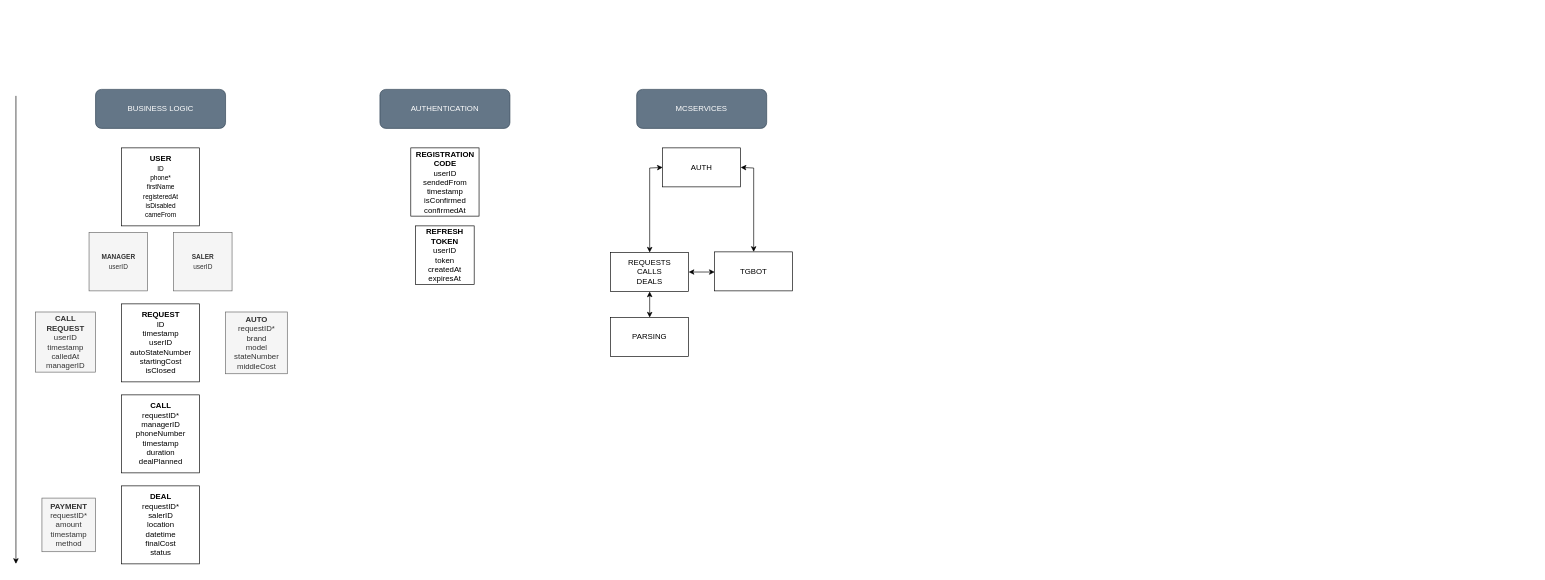
Earlier version of the draw.io diagram static/AppDiagram.drawio (Dahaka1/GetAuto). Source tidied: cells renumbered, new cells numbered last; positions are measured from the earlier drawing's top-left corner, leaving out a move shared by most shapes. Both pictures are drawn from the tidied source at 65%, with x=0, y=0 at pixel (16, 89).
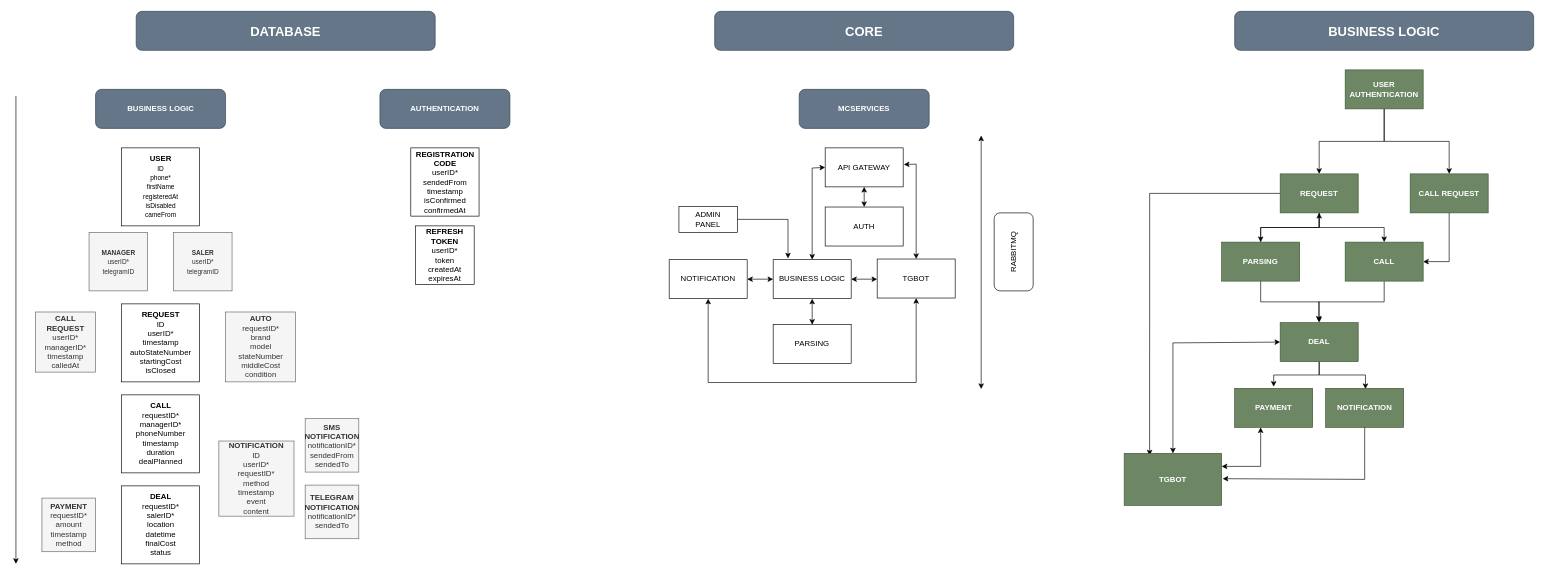
After the change.

Commit message:
update: mcservcies arch; business logic

Change to the diagram source:
```diff
@@
-    <mxCell id="3" value="&lt;b&gt;AUTO&lt;/b&gt;&lt;br&gt;requestID*&lt;br&gt;brand&lt;br&gt;model&lt;br&gt;stateNumber&lt;br&gt;middleCost" style="whiteSpace=wrap;html=1;fillColor=#f5f5f5;fontColor=#333333;strokeColor=#666666;" parent="1" vertex="1">
-      <mxGeometry x="322.5" y="342.5" width="95" height="95" as="geometry" />
+    <mxCell id="3" value="&lt;b&gt;AUTO&lt;/b&gt;&lt;br&gt;requestID*&lt;br&gt;brand&lt;br&gt;model&lt;br&gt;stateNumber&lt;br&gt;middleCost&lt;br&gt;condition" style="whiteSpace=wrap;html=1;fillColor=#f5f5f5;fontColor=#333333;strokeColor=#666666;" parent="1" vertex="1">
+      <mxGeometry x="322.5" y="342.5" width="107.5" height="107.5" as="geometry" />
     </mxCell>
-    <mxCell id="4" value="&lt;b&gt;REQUEST&lt;br&gt;&lt;/b&gt;ID&lt;br&gt;timestamp&lt;br&gt;userID&lt;br&gt;autoStateNumber&lt;br&gt;startingCost&lt;br&gt;isClosed" style="whiteSpace=wrap;html=1;" parent="1" vertex="1">
+    <mxCell id="4" value="&lt;b&gt;REQUEST&lt;br&gt;&lt;/b&gt;ID&lt;br&gt;userID*&lt;br&gt;timestamp&lt;br&gt;autoStateNumber&lt;br&gt;startingCost&lt;br&gt;isClosed" style="whiteSpace=wrap;html=1;" parent="1" vertex="1">
       <mxGeometry x="162.5" y="330" width="120" height="120" as="geometry" />
     </mxCell>
-    <mxCell id="5" value="&lt;b&gt;CALL&lt;br&gt;&lt;/b&gt;requestID*&lt;br&gt;managerID&lt;br&gt;phoneNumber&lt;br&gt;timestamp&lt;br&gt;duration&lt;br&gt;dealPlanned" style="whiteSpace=wrap;html=1;" parent="1" vertex="1">
+    <mxCell id="5" value="&lt;b&gt;CALL&lt;br&gt;&lt;/b&gt;requestID*&lt;br&gt;managerID*&lt;br&gt;phoneNumber&lt;br&gt;timestamp&lt;br&gt;duration&lt;br&gt;dealPlanned" style="whiteSpace=wrap;html=1;" parent="1" vertex="1">
       <mxGeometry x="162.5" y="470" width="120" height="120" as="geometry" />
     </mxCell>
-    <mxCell id="6" value="&lt;b&gt;DEAL&lt;/b&gt;&lt;br&gt;requestID*&lt;br&gt;salerID&lt;br&gt;location&lt;br&gt;datetime&lt;br&gt;finalCost&lt;br&gt;status" style="whiteSpace=wrap;html=1;" parent="1" vertex="1">
+    <mxCell id="6" value="&lt;b&gt;DEAL&lt;/b&gt;&lt;br&gt;requestID*&lt;br&gt;salerID*&lt;br&gt;location&lt;br&gt;datetime&lt;br&gt;finalCost&lt;br&gt;status" style="whiteSpace=wrap;html=1;" parent="1" vertex="1">
       <mxGeometry x="162.5" y="610" width="120" height="120" as="geometry" />
     </mxCell>
-    <mxCell id="7" value="&lt;font style=&quot;font-size: 10px;&quot;&gt;&lt;b&gt;MANAGER&lt;br&gt;&lt;/b&gt;userID&lt;br&gt;&lt;/font&gt;" style="whiteSpace=wrap;html=1;fillColor=#f5f5f5;strokeColor=#666666;fontColor=#333333;" parent="1" vertex="1">
+    <mxCell id="7" value="&lt;font style=&quot;font-size: 10px;&quot;&gt;&lt;b&gt;MANAGER&lt;br&gt;&lt;/b&gt;userID*&lt;br&gt;telegramID&lt;br&gt;&lt;/font&gt;" style="whiteSpace=wrap;html=1;fillColor=#f5f5f5;strokeColor=#666666;fontColor=#333333;" parent="1" vertex="1">
       <mxGeometry x="112.5" y="220" width="90" height="90" as="geometry" />
     </mxCell>
-    <mxCell id="8" value="&lt;font style=&quot;font-size: 10px;&quot;&gt;&lt;b&gt;SALER&lt;br&gt;&lt;/b&gt;userID&lt;br&gt;&lt;/font&gt;" style="whiteSpace=wrap;html=1;fillColor=#f5f5f5;strokeColor=#666666;fontColor=#333333;" parent="1" vertex="1">
+    <mxCell id="8" value="&lt;font style=&quot;font-size: 10px;&quot;&gt;&lt;b&gt;SALER&lt;br&gt;&lt;/b&gt;userID*&lt;br&gt;telegramID&lt;br&gt;&lt;/font&gt;" style="whiteSpace=wrap;html=1;fillColor=#f5f5f5;strokeColor=#666666;fontColor=#333333;" parent="1" vertex="1">
       <mxGeometry x="242.5" y="220" width="90" height="90" as="geometry" />
     </mxCell>
@@
-    <mxCell id="10" value="BUSINESS LOGIC" style="rounded=1;whiteSpace=wrap;html=1;fillColor=#647687;strokeColor=#314354;fontColor=#ffffff;" parent="1" vertex="1">
+    <mxCell id="10" value="BUSINESS LOGIC" style="rounded=1;whiteSpace=wrap;html=1;fillColor=#647687;strokeColor=#314354;fontColor=#ffffff;fontStyle=1;" parent="1" vertex="1">
       <mxGeometry x="122.5" width="200" height="60" as="geometry" />
     </mxCell>
@@
-    <mxCell id="12" value="&lt;b&gt;REGISTRATION&lt;/b&gt;&lt;br&gt;&lt;b&gt;CODE&lt;/b&gt;&lt;br&gt;userID&lt;br&gt;sendedFrom&lt;br&gt;timestamp&lt;br&gt;isConfirmed&lt;br&gt;confirmedAt" style="whiteSpace=wrap;html=1;" parent="1" vertex="1">
+    <mxCell id="12" value="&lt;b&gt;REGISTRATION&lt;/b&gt;&lt;br&gt;&lt;b&gt;CODE&lt;/b&gt;&lt;br&gt;userID*&lt;br&gt;sendedFrom&lt;br&gt;timestamp&lt;br&gt;isConfirmed&lt;br&gt;confirmedAt" style="whiteSpace=wrap;html=1;" parent="1" vertex="1">
       <mxGeometry x="607.5" y="90" width="105" height="105" as="geometry" />
     </mxCell>
-    <mxCell id="13" value="&lt;b&gt;REFRESH&lt;/b&gt;&lt;br&gt;&lt;b&gt;TOKEN&lt;/b&gt;&lt;br&gt;userID&lt;br&gt;token&lt;br&gt;createdAt&lt;br&gt;expiresAt" style="whiteSpace=wrap;html=1;" parent="1" vertex="1">
+    <mxCell id="13" value="&lt;b&gt;REFRESH&lt;/b&gt;&lt;br&gt;&lt;b&gt;TOKEN&lt;/b&gt;&lt;br&gt;userID*&lt;br&gt;token&lt;br&gt;createdAt&lt;br&gt;expiresAt" style="whiteSpace=wrap;html=1;" parent="1" vertex="1">
       <mxGeometry x="615" y="210" width="90" height="90" as="geometry" />
     </mxCell>
-    <mxCell id="14" value="AUTHENTICATION" style="rounded=1;whiteSpace=wrap;html=1;fillColor=#647687;strokeColor=#314354;fontColor=#ffffff;" parent="1" vertex="1">
+    <mxCell id="14" value="AUTHENTICATION" style="rounded=1;whiteSpace=wrap;html=1;fillColor=#647687;strokeColor=#314354;fontColor=#ffffff;fontStyle=1;" parent="1" vertex="1">
       <mxGeometry x="560" width="200" height="60" as="geometry" />
     </mxCell>
-    <mxCell id="15" value="&lt;b&gt;CALL&lt;/b&gt;&lt;br&gt;&lt;b&gt;REQUEST&lt;br&gt;&lt;/b&gt;userID&lt;br&gt;timestamp&lt;br&gt;calledAt&lt;br&gt;managerID" style="whiteSpace=wrap;html=1;fillColor=#f5f5f5;fontColor=#333333;strokeColor=#666666;" parent="1" vertex="1">
+    <mxCell id="15" value="&lt;b&gt;CALL&lt;/b&gt;&lt;br&gt;&lt;b&gt;REQUEST&lt;br&gt;&lt;/b&gt;userID*&lt;br&gt;managerID*&lt;br&gt;timestamp&lt;br&gt;calledAt" style="whiteSpace=wrap;html=1;fillColor=#f5f5f5;fontColor=#333333;strokeColor=#666666;" parent="1" vertex="1">
       <mxGeometry x="30" y="342.5" width="92.5" height="92.5" as="geometry" />
     </mxCell>
-    <mxCell id="16" value="MCSERVICES" style="rounded=1;whiteSpace=wrap;html=1;fillColor=#647687;strokeColor=#314354;fontColor=#ffffff;" parent="1" vertex="1">
-      <mxGeometry x="955" width="200" height="60" as="geometry" />
+    <mxCell id="16" value="MCSERVICES" style="rounded=1;whiteSpace=wrap;html=1;fillColor=#647687;strokeColor=#314354;fontColor=#ffffff;fontStyle=1;" parent="1" vertex="1">
+      <mxGeometry x="1205" width="200" height="60" as="geometry" />
     </mxCell>
-    <mxCell id="17" value="REQUESTS&lt;br&gt;CALLS&lt;br&gt;DEALS" style="rounded=0;whiteSpace=wrap;html=1;" parent="1" vertex="1">
-      <mxGeometry x="915" y="251" width="120" height="60" as="geometry" />
+    <mxCell id="17" value="BUSINESS LOGIC" style="rounded=0;whiteSpace=wrap;html=1;" parent="1" vertex="1">
+      <mxGeometry x="1165" y="262" width="120" height="60" as="geometry" />
     </mxCell>
     <mxCell id="18" value="PARSING" style="rounded=0;whiteSpace=wrap;html=1;" parent="1" vertex="1">
-      <mxGeometry x="915" y="351" width="120" height="60" as="geometry" />
+      <mxGeometry x="1165" y="362" width="120" height="60" as="geometry" />
     </mxCell>
     <mxCell id="19" value="TGBOT" style="rounded=0;whiteSpace=wrap;html=1;" parent="1" vertex="1">
-      <mxGeometry x="1075" y="250" width="120" height="60" as="geometry" />
+      <mxGeometry x="1325" y="261" width="120" height="60" as="geometry" />
     </mxCell>
-    <mxCell id="20" value="AUTH" style="rounded=0;whiteSpace=wrap;html=1;" parent="1" vertex="1">
-      <mxGeometry x="995" y="90" width="120" height="60" as="geometry" />
+    <mxCell id="20" value="API GATEWAY" style="rounded=0;whiteSpace=wrap;html=1;" parent="1" vertex="1">
+      <mxGeometry x="1245" y="90" width="120" height="60" as="geometry" />
     </mxCell>
-    <mxCell id="21" style="endArrow=classic;startArrow=classic;html=1;rounded=0;entryX=0.5;entryY=0;entryDx=0;entryDy=0;exitX=1;exitY=0.5;exitDx=0;exitDy=0;" parent="1" edge="1" source="20" target="19">
+    <mxCell id="21" style="endArrow=classic;startArrow=classic;html=1;rounded=0;entryX=0.5;entryY=0;entryDx=0;entryDy=0;exitX=1.008;exitY=0.426;exitDx=0;exitDy=0;exitPerimeter=0;" parent="1" edge="1" source="20" target="19">
       <mxGeometry relative="1" as="geometry">
         <Array as="points">
-          <mxPoint x="1135" y="121" />
+          <mxPoint x="1385" y="115" />
         </Array>
       </mxGeometry>
     </mxCell>
     <mxCell id="22" style="endArrow=classic;startArrow=classic;html=1;rounded=0;exitX=0.5;exitY=0;exitDx=0;exitDy=0;entryX=0;entryY=0.5;entryDx=0;entryDy=0;" parent="1" edge="1" source="17" target="20">
       <mxGeometry relative="1" as="geometry">
         <Array as="points">
-          <mxPoint x="975" y="121" />
+          <mxPoint x="1225" y="121" />
         </Array>
       </mxGeometry>
     </mxCell>
@@
     <mxCell id="24" style="endArrow=classic;startArrow=classic;html=1;rounded=0;exitX=1;exitY=0.5;exitDx=0;exitDy=0;" parent="1" edge="1" source="17">
       <mxGeometry relative="1" as="geometry">
-        <mxPoint x="1075" y="281" as="targetPoint" />
+        <mxPoint x="1325" y="292" as="targetPoint" />
       </mxGeometry>
     </mxCell>
+    <mxCell id="25" value="AUTH" style="rounded=0;whiteSpace=wrap;html=1;" parent="1" vertex="1">
+      <mxGeometry x="1245" y="181" width="120" height="60" as="geometry" />
+    </mxCell>
+    <mxCell id="26" style="endArrow=classic;startArrow=classic;html=1;rounded=0;entryX=0.5;entryY=1;entryDx=0;entryDy=0;exitX=0.5;exitY=0;exitDx=0;exitDy=0;" parent="1" edge="1" source="25" target="20">
+      <mxGeometry relative="1" as="geometry" />
+    </mxCell>
+    <mxCell id="27" style="endArrow=classic;startArrow=classic;html=1;rounded=0;" parent="1" edge="1">
+      <mxGeometry relative="1" as="geometry">
+        <mxPoint x="1485" y="461" as="sourcePoint" />
+        <mxPoint x="1485" y="71" as="targetPoint" />
+      </mxGeometry>
+    </mxCell>
+    <mxCell id="28" value="RABBITMQ" style="rounded=1;whiteSpace=wrap;html=1;rotation=-90;" parent="1" vertex="1">
+      <mxGeometry x="1475" y="220" width="120" height="60" as="geometry" />
+    </mxCell>
+    <mxCell id="29" value="NOTIFICATION" style="rounded=0;whiteSpace=wrap;html=1;" parent="1" vertex="1">
+      <mxGeometry x="1005" y="262" width="120" height="60" as="geometry" />
+    </mxCell>
+    <mxCell id="30" style="endArrow=classic;startArrow=classic;html=1;rounded=0;entryX=0;entryY=0.5;entryDx=0;entryDy=0;exitX=1;exitY=0.5;exitDx=0;exitDy=0;" parent="1" edge="1" source="29" target="17">
+      <mxGeometry relative="1" as="geometry" />
+    </mxCell>
+    <mxCell id="31" style="endArrow=classic;startArrow=classic;html=1;rounded=0;entryX=0.5;entryY=1;entryDx=0;entryDy=0;exitX=0.5;exitY=1;exitDx=0;exitDy=0;" parent="1" edge="1" source="29" target="19">
+      <mxGeometry relative="1" as="geometry">
+        <Array as="points">
+          <mxPoint x="1065" y="451" />
+          <mxPoint x="1225" y="451" />
+          <mxPoint x="1385" y="451" />
+        </Array>
+      </mxGeometry>
+    </mxCell>
+    <mxCell id="32" value="&lt;b&gt;NOTIFICATION&lt;/b&gt;&lt;br&gt;ID&lt;br&gt;userID*&lt;br&gt;requestID*&lt;br&gt;method&lt;br&gt;timestamp&lt;br&gt;event&lt;br&gt;content" style="whiteSpace=wrap;html=1;fillColor=#f5f5f5;fontColor=#333333;strokeColor=#666666;direction=south;" parent="1" vertex="1">
+      <mxGeometry x="312.2" y="541" width="115.6" height="115.6" as="geometry" />
+    </mxCell>
+    <mxCell id="33" value="&lt;b&gt;SMS&lt;br&gt;NOTIFICATION&lt;br&gt;&lt;/b&gt;notificationID*&lt;br&gt;sendedFrom&lt;br&gt;sendedTo" style="whiteSpace=wrap;html=1;fillColor=#f5f5f5;fontColor=#333333;strokeColor=#666666;" parent="1" vertex="1">
+      <mxGeometry x="445" y="506.3" width="82.5" height="82.5" as="geometry" />
+    </mxCell>
+    <mxCell id="34" value="&lt;b&gt;TELEGRAM&lt;br&gt;NOTIFICATION&lt;/b&gt;&lt;br&gt;notificationID*&lt;br&gt;sendedTo" style="whiteSpace=wrap;html=1;fillColor=#f5f5f5;fontColor=#333333;strokeColor=#666666;" parent="1" vertex="1">
+      <mxGeometry x="445" y="608.8" width="82.5" height="82.5" as="geometry" />
+    </mxCell>
+    <mxCell id="35" value="DATABASE" style="rounded=1;whiteSpace=wrap;html=1;fontSize=20;fillColor=#647687;fontColor=#ffffff;strokeColor=#314354;fontStyle=1;" parent="1" vertex="1">
+      <mxGeometry x="185" y="-120" width="460" height="60" as="geometry" />
+    </mxCell>
+    <mxCell id="36" value="CORE" style="rounded=1;whiteSpace=wrap;html=1;fontSize=20;fillColor=#647687;fontColor=#ffffff;strokeColor=#314354;fontStyle=1;" parent="1" vertex="1">
+      <mxGeometry x="1075" y="-120" width="460" height="60" as="geometry" />
+    </mxCell>
+    <mxCell id="37" value="BUSINESS LOGIC" style="rounded=1;whiteSpace=wrap;html=1;fontSize=20;fillColor=#647687;fontColor=#ffffff;strokeColor=#314354;fontStyle=1;" parent="1" vertex="1">
+      <mxGeometry x="1875" y="-120" width="460" height="60" as="geometry" />
+    </mxCell>
+    <mxCell id="38" style="edgeStyle=orthogonalEdgeStyle;rounded=0;jettySize=auto;html=1;entryX=0.5;entryY=0;entryDx=0;entryDy=0;" parent="1" edge="1" source="40" target="44">
+      <mxGeometry relative="1" as="geometry" />
+    </mxCell>
+    <mxCell id="39" style="edgeStyle=orthogonalEdgeStyle;rounded=0;jettySize=auto;html=1;" parent="1" edge="1" source="40" target="46">
+      <mxGeometry relative="1" as="geometry" />
+    </mxCell>
+    <mxCell id="40" value="USER AUTHENTICATION" style="rounded=0;whiteSpace=wrap;html=1;fillColor=#6d8764;fontColor=#ffffff;strokeColor=#3A5431;fontStyle=1;" parent="1" vertex="1">
+      <mxGeometry x="2045" y="-30" width="120" height="60" as="geometry" />
+    </mxCell>
+    <mxCell id="41" style="edgeStyle=orthogonalEdgeStyle;rounded=0;jettySize=auto;html=1;entryX=0.5;entryY=0;entryDx=0;entryDy=0;" parent="1" edge="1" source="44" target="49">
+      <mxGeometry relative="1" as="geometry" />
+    </mxCell>
+    <mxCell id="42" style="edgeStyle=orthogonalEdgeStyle;rounded=0;jettySize=auto;html=1;" parent="1" edge="1" source="44" target="51">
+      <mxGeometry relative="1" as="geometry" />
+    </mxCell>
+    <mxCell id="43" style="edgeStyle=orthogonalEdgeStyle;rounded=0;jettySize=auto;html=1;entryX=0.261;entryY=0.04;entryDx=0;entryDy=0;entryPerimeter=0;" parent="1" edge="1" source="44" target="57">
+      <mxGeometry relative="1" as="geometry" />
+    </mxCell>
+    <mxCell id="44" value="REQUEST" style="rounded=0;whiteSpace=wrap;html=1;fillColor=#6d8764;fontColor=#ffffff;strokeColor=#3A5431;fontStyle=1;" parent="1" vertex="1">
+      <mxGeometry x="1945" y="130" width="120" height="60" as="geometry" />
+    </mxCell>
+    <mxCell id="45" style="edgeStyle=orthogonalEdgeStyle;rounded=0;jettySize=auto;html=1;entryX=1;entryY=0.5;entryDx=0;entryDy=0;" parent="1" edge="1" source="46" target="51">
+      <mxGeometry relative="1" as="geometry" />
+    </mxCell>
+    <mxCell id="46" value="CALL REQUEST" style="rounded=0;whiteSpace=wrap;html=1;fillColor=#6d8764;fontColor=#ffffff;strokeColor=#3A5431;fontStyle=1;" parent="1" vertex="1">
+      <mxGeometry x="2145" y="130" width="120" height="60" as="geometry" />
+    </mxCell>
+    <mxCell id="47" style="edgeStyle=orthogonalEdgeStyle;rounded=0;jettySize=auto;html=1;entryX=0.5;entryY=1;entryDx=0;entryDy=0;" parent="1" edge="1" source="49" target="44">
+      <mxGeometry relative="1" as="geometry" />
+    </mxCell>
+    <mxCell id="48" style="edgeStyle=orthogonalEdgeStyle;rounded=0;jettySize=auto;html=1;" parent="1" edge="1" source="49" target="54">
+      <mxGeometry relative="1" as="geometry" />
+    </mxCell>
+    <mxCell id="49" value="PARSING" style="rounded=0;whiteSpace=wrap;html=1;fillColor=#6d8764;fontColor=#ffffff;strokeColor=#3A5431;fontStyle=1;" parent="1" vertex="1">
+      <mxGeometry x="1855" y="235" width="120" height="60" as="geometry" />
+    </mxCell>
+    <mxCell id="50" style="edgeStyle=orthogonalEdgeStyle;rounded=0;jettySize=auto;html=1;entryX=0.495;entryY=-0.025;entryDx=0;entryDy=0;entryPerimeter=0;" parent="1" edge="1" source="51" target="54">
+      <mxGeometry relative="1" as="geometry" />
+    </mxCell>
+    <mxCell id="51" value="CALL" style="rounded=0;whiteSpace=wrap;html=1;fillColor=#6d8764;fontColor=#ffffff;strokeColor=#3A5431;fontStyle=1;" parent="1" vertex="1">
+      <mxGeometry x="2045" y="235" width="120" height="60" as="geometry" />
+    </mxCell>
+    <mxCell id="52" style="edgeStyle=orthogonalEdgeStyle;rounded=0;jettySize=auto;html=1;entryX=0.51;entryY=0.017;entryDx=0;entryDy=0;entryPerimeter=0;" parent="1" edge="1" source="54" target="56">
+      <mxGeometry relative="1" as="geometry" />
+    </mxCell>
+    <mxCell id="53" style="edgeStyle=orthogonalEdgeStyle;rounded=0;jettySize=auto;html=1;entryX=0.5;entryY=-0.043;entryDx=0;entryDy=0;entryPerimeter=0;" parent="1" edge="1" source="54" target="55">
+      <mxGeometry relative="1" as="geometry" />
+    </mxCell>
+    <mxCell id="54" value="DEAL" style="rounded=0;whiteSpace=wrap;html=1;fillColor=#6d8764;fontColor=#ffffff;strokeColor=#3A5431;fontStyle=1;" parent="1" vertex="1">
+      <mxGeometry x="1945" y="358.8" width="120" height="60" as="geometry" />
+    </mxCell>
+    <mxCell id="55" value="PAYMENT" style="rounded=0;whiteSpace=wrap;html=1;fillColor=#6d8764;fontColor=#ffffff;strokeColor=#3A5431;fontStyle=1;" parent="1" vertex="1">
+      <mxGeometry x="1875" y="460" width="120" height="60" as="geometry" />
+    </mxCell>
+    <mxCell id="56" value="NOTIFICATION" style="rounded=0;whiteSpace=wrap;html=1;fillColor=#6d8764;fontColor=#ffffff;strokeColor=#3A5431;fontStyle=1;" parent="1" vertex="1">
+      <mxGeometry x="2015" y="460" width="120" height="60" as="geometry" />
+    </mxCell>
+    <mxCell id="57" value="TGBOT" style="rounded=0;whiteSpace=wrap;html=1;fillColor=#6d8764;fontColor=#ffffff;strokeColor=#3A5431;fontStyle=1;" parent="1" vertex="1">
+      <mxGeometry x="1705" y="560" width="150" height="80" as="geometry" />
+    </mxCell>
+    <mxCell id="58" style="endArrow=classic;html=1;rounded=0;exitX=0.5;exitY=1;exitDx=0;exitDy=0;entryX=1.01;entryY=0.487;entryDx=0;entryDy=0;entryPerimeter=0;" parent="1" edge="1" source="56" target="57">
+      <mxGeometry relative="1" as="geometry">
+        <Array as="points">
+          <mxPoint x="2075" y="600" />
+        </Array>
+      </mxGeometry>
+    </mxCell>
+    <mxCell id="59" style="endArrow=classic;startArrow=classic;html=1;rounded=0;entryX=0.333;entryY=1;entryDx=0;entryDy=0;entryPerimeter=0;exitX=1;exitY=0.25;exitDx=0;exitDy=0;" parent="1" edge="1" source="57" target="55">
+      <mxGeometry relative="1" as="geometry">
+        <Array as="points">
+          <mxPoint x="1915" y="580" />
+        </Array>
+      </mxGeometry>
+    </mxCell>
+    <mxCell id="60" style="endArrow=classic;startArrow=classic;html=1;rounded=0;entryX=0;entryY=0.5;entryDx=0;entryDy=0;exitX=0.5;exitY=0;exitDx=0;exitDy=0;" parent="1" edge="1" source="57" target="54">
+      <mxGeometry relative="1" as="geometry">
+        <Array as="points">
+          <mxPoint x="1780" y="390" />
+        </Array>
+      </mxGeometry>
+    </mxCell>
+    <mxCell id="61" style="edgeStyle=orthogonalEdgeStyle;rounded=0;jettySize=auto;html=1;entryX=0.19;entryY=-0.03;entryDx=0;entryDy=0;entryPerimeter=0;" parent="1" edge="1" source="62" target="17">
+      <mxGeometry relative="1" as="geometry" />
+    </mxCell>
+    <mxCell id="62" value="ADMIN&lt;br&gt;PANEL" style="rounded=0;whiteSpace=wrap;html=1;" parent="1" vertex="1">
+      <mxGeometry x="1020" y="180" width="90" height="40" as="geometry" />
+    </mxCell>
```
